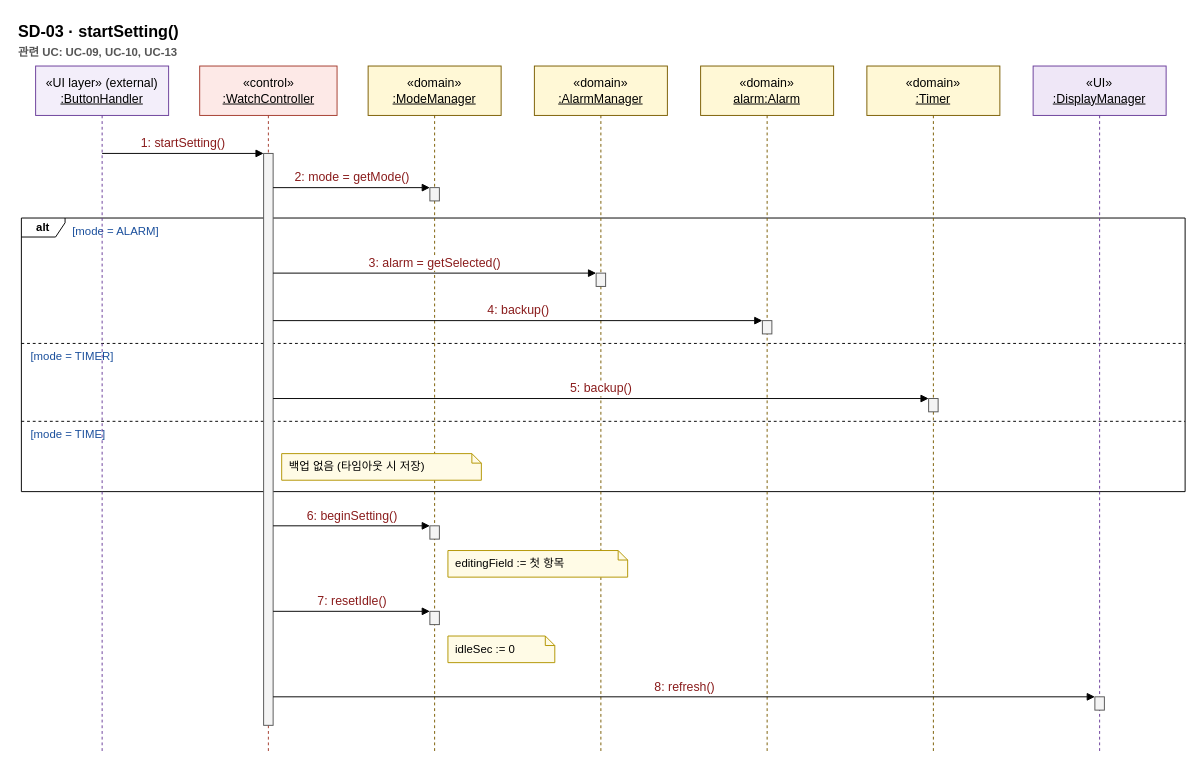
Earlier version of the draw.io diagram page "SD-03 startSetting()" (3 of 16) of docs/OOAD/practice/sd/DigitalWatch_SequenceDiagrams.drawio (sspring2048/AssoArch). Source tidied: cells renumbered, new cells numbered last; positions are measured from the earlier drawing's top-left corner, leaving out a move shared by most shapes. Both pictures are drawn from the tidied source at 95%, with x=0, y=0 at pixel (16, 16).
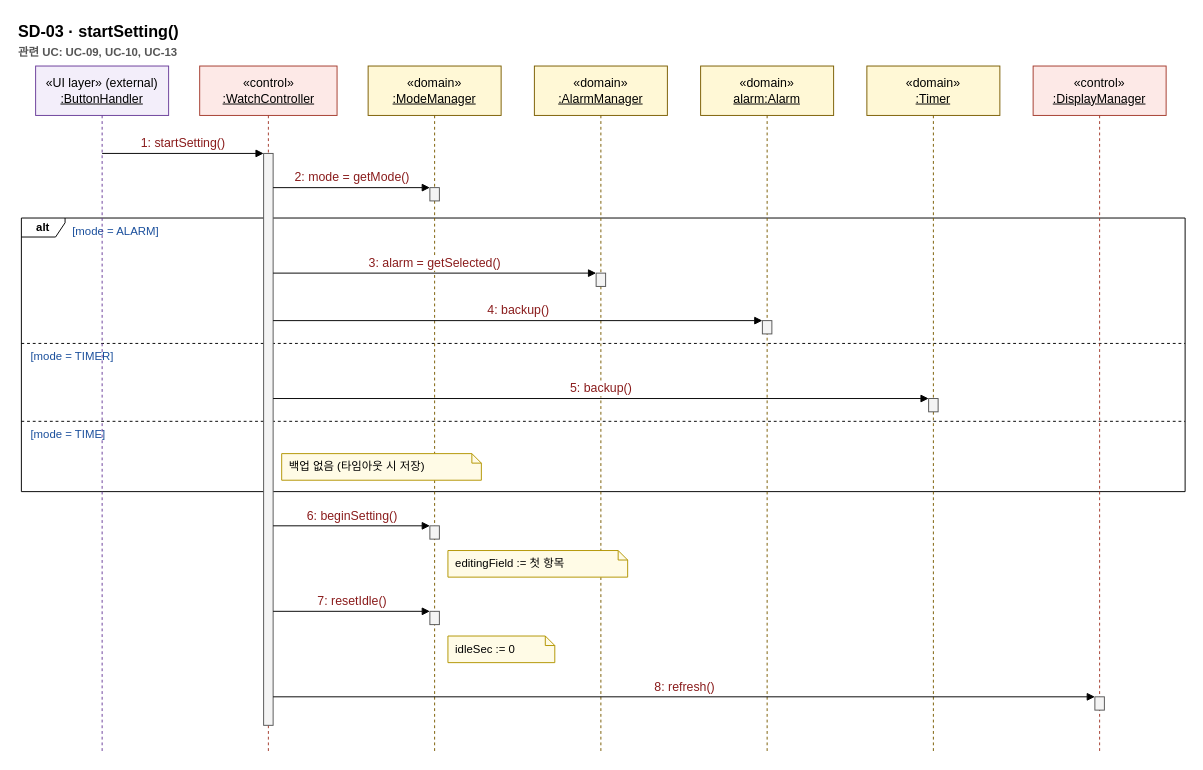
After the change.

The edit, as a diff of the source:
```diff
@@
-    <mxCell id="15" value="«UI»&lt;br&gt;&lt;u&gt;:DisplayManager&lt;/u&gt;" style="shape=umlLifeline;perimeter=lifelinePerimeter;whiteSpace=wrap;html=1;size=52;fillColor=#efe7f7;strokeColor=#6a3d9a;fontSize=13;" parent="1" vertex="1">
+    <mxCell id="15" value="«control»&lt;br&gt;&lt;u&gt;:DisplayManager&lt;/u&gt;" style="shape=umlLifeline;perimeter=lifelinePerimeter;whiteSpace=wrap;html=1;size=52;fillColor=#fde9e7;strokeColor=#a33a2c;fontSize=13;" parent="1" vertex="1">
       <mxGeometry x="1070" y="52" width="140" height="724" as="geometry" />
     </mxCell>
```
